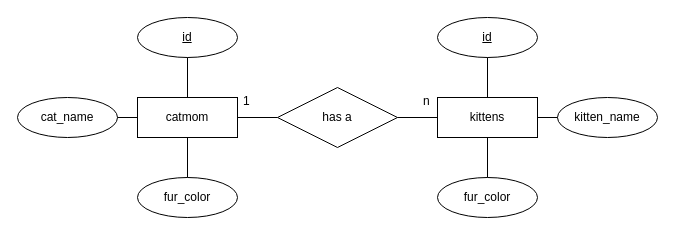
Earlier version of the draw.io diagram page "1:n" (2 of 4) of kardinalitaeten.drawio (03-DB-SQL-GamingPirat/02_DB_models). Source tidied: cells renumbered, new cells numbered last; positions are measured from the earlier drawing's top-left corner, leaving out a move shared by most shapes. Both pictures are drawn from the tidied source at 100%, with x=0, y=0 at pixel (17, 17).
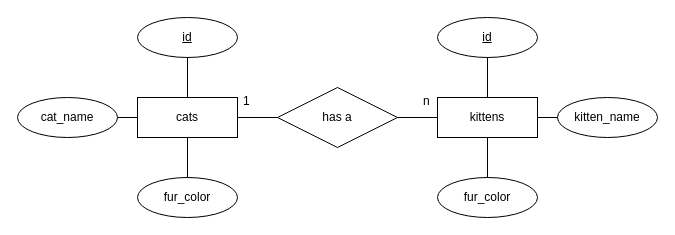
After the change.

The edit, as a diff of the source:
```diff
@@
-    <mxCell id="2" value="catmom" style="whiteSpace=wrap;html=1;align=center;" parent="1" vertex="1">
+    <mxCell id="2" value="cats" style="whiteSpace=wrap;html=1;align=center;" parent="1" vertex="1">
       <mxGeometry x="120" y="80" width="100" height="40" as="geometry" />
     </mxCell>
```
